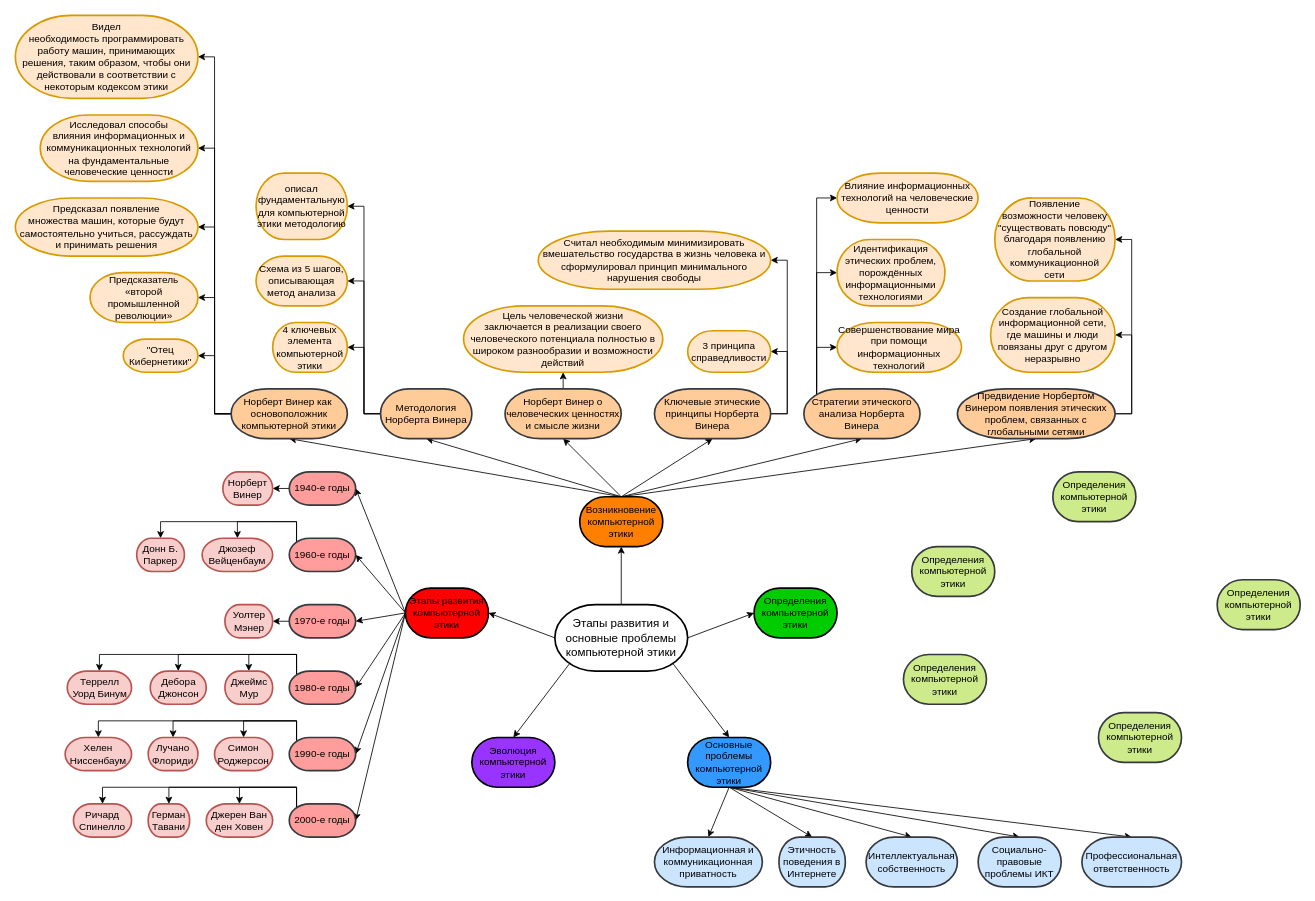
This is MIND-map.drawio from DMfananddu/DSM, a draw.io file, before an edit. Source tidied: cells renumbered, new cells numbered last; positions are measured from the earlier drawing's top-left corner, leaving out a move shared by most shapes. Both pictures are drawn from the tidied source at 83%, with x=0, y=0 at pixel (15, 15).
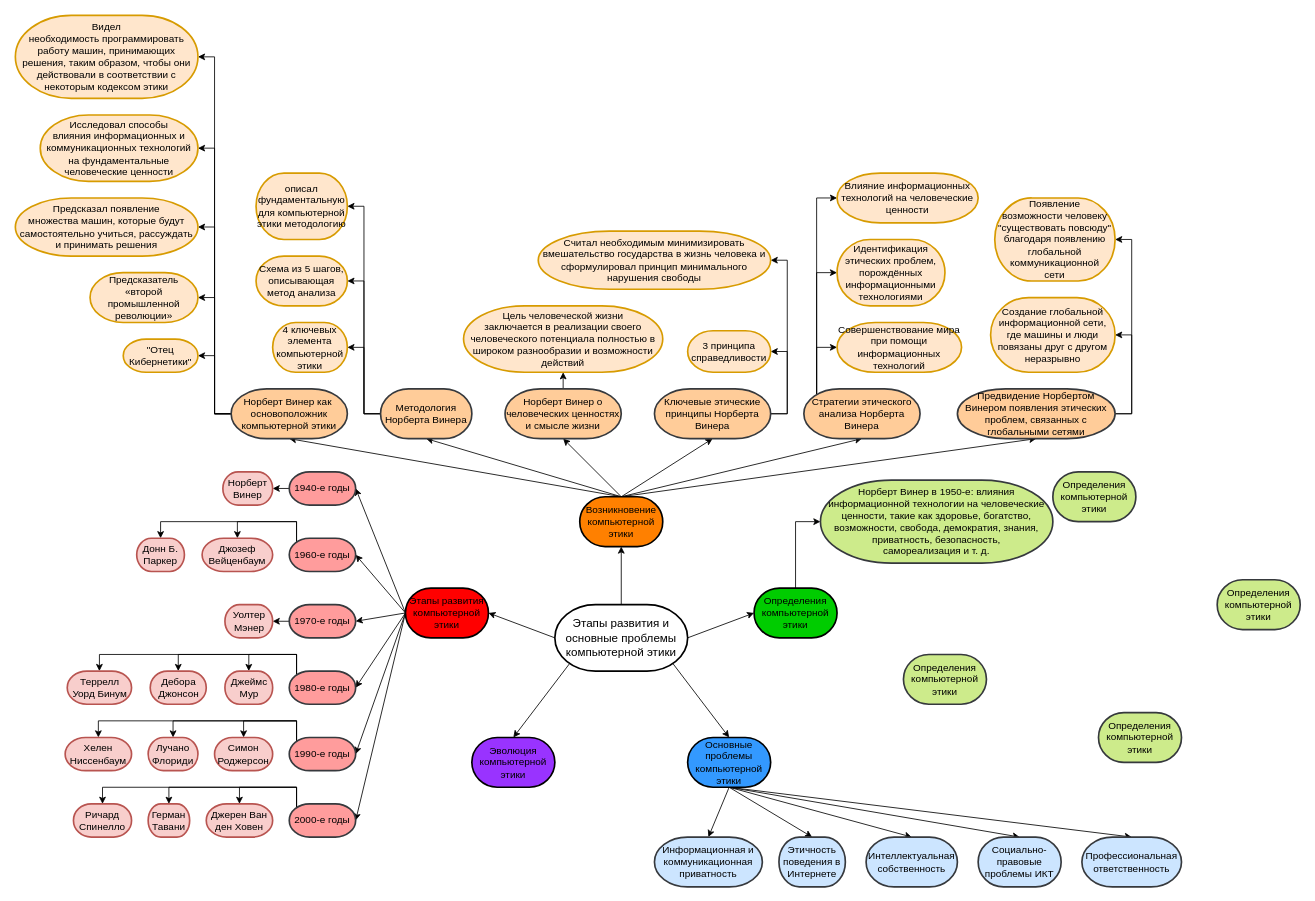
The same diagram, later.

The change refers to these unchanged cells:
```xml
<mxCell id="22" value="Определения компьютерной этики" style="strokeWidth=2;html=1;shape=mxgraph.flowchart.terminator;whiteSpace=wrap;fillColor=#00CC00;" parent="1" vertex="1">
  <mxGeometry x="890" y="690" width="100" height="60" as="geometry" />
</mxCell>
```

Diff of the diagram source:
```diff
@@
+    <mxCell id="110" style="edgeStyle=orthogonalEdgeStyle;rounded=0;jettySize=auto;html=1;exitX=0.5;exitY=0;exitDx=0;exitDy=0;exitPerimeter=0;entryX=0;entryY=0.5;entryDx=0;entryDy=0;entryPerimeter=0;" parent="1" edge="1" source="22" target="105">
+      <mxGeometry relative="1" as="geometry" />
+    </mxCell>
@@
-    <mxCell id="105" value="Определения компьютерной этики" style="strokeWidth=2;html=1;shape=mxgraph.flowchart.terminator;whiteSpace=wrap;fillColor=#cdeb8b;strokeColor=#36393d;" parent="1" vertex="1">
-      <mxGeometry x="1080" y="640" width="100" height="60" as="geometry" />
+    <mxCell id="105" value="Норберт Винер в 1950-е:&amp;nbsp;влияния&lt;br&gt;информационной технологии на человеческие ценности, такие как здоровье, богатство, возможности, свобода, демократия, знания, приватность, безопасность,&lt;br&gt;самореализация и т. д." style="strokeWidth=2;html=1;shape=mxgraph.flowchart.terminator;whiteSpace=wrap;fillColor=#cdeb8b;strokeColor=#36393d;" parent="1" vertex="1">
+      <mxGeometry x="970" y="560" width="280" height="100" as="geometry" />
     </mxCell>
```
